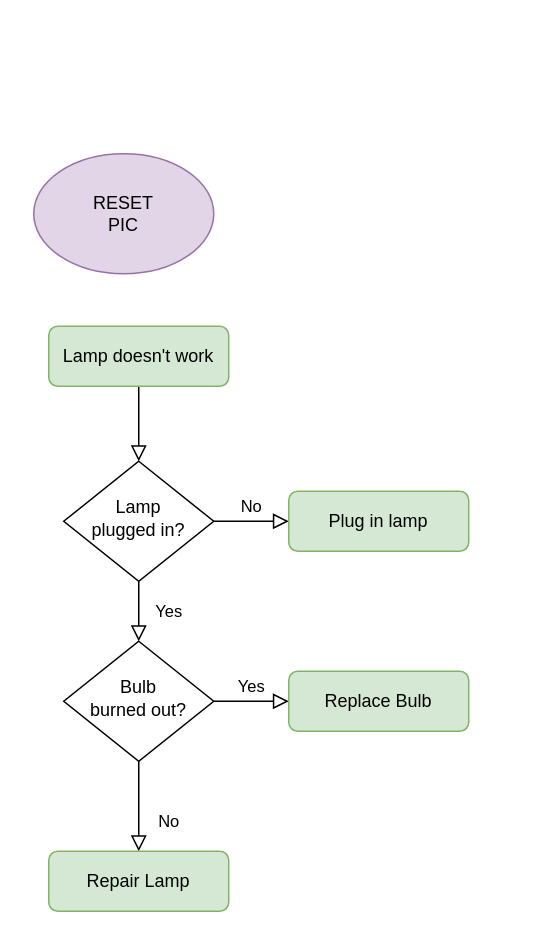
Above: page "START_PIC" (1 of 3) of Diagrams/main_pic_operation.drawio in BIRDSOpenSource/BIRDSRP-OBC (draw.io), before the change. Source tidied: cells renumbered, new cells numbered last; positions are measured from the earlier drawing's top-left corner, leaving out a move shared by most shapes. Both pictures are drawn from the tidied source at 150%, with x=0, y=0 at pixel (33, 153).
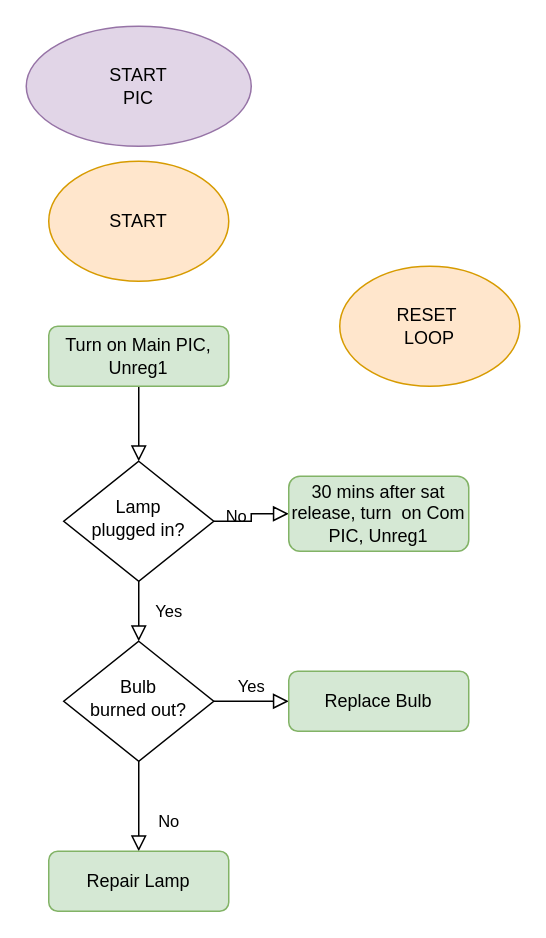
After the change.

What changed in the source:
```diff
@@
 <mxGraphModel>
   <root>
     <mxCell id="0" />
     <mxCell id="1" parent="0" />
     <mxCell id="2" style="rounded=0;html=1;jettySize=auto;fontSize=11;endArrow=block;endFill=0;endSize=8;strokeWidth=1;shadow=0;labelBackgroundColor=none;edgeStyle=orthogonalEdgeStyle;" parent="1" edge="1" source="3" target="6">
       <mxGeometry relative="1" as="geometry" />
     </mxCell>
-    <mxCell id="3" value="Lamp doesn't work" style="rounded=1;whiteSpace=wrap;html=1;fontSize=12;glass=0;strokeWidth=1;shadow=0;fillColor=#d5e8d4;strokeColor=#82b366;" parent="1" vertex="1">
+    <mxCell id="3" value="Turn on Main PIC, Unreg1" style="rounded=1;whiteSpace=wrap;html=1;fontSize=12;glass=0;strokeWidth=1;shadow=0;fillColor=#d5e8d4;strokeColor=#82b366;" parent="1" vertex="1">
       <mxGeometry x="10" y="115" width="120" height="40" as="geometry" />
     </mxCell>
     <mxCell id="4" value="Yes" style="rounded=0;html=1;jettySize=auto;fontSize=11;endArrow=block;endFill=0;endSize=8;strokeWidth=1;shadow=0;labelBackgroundColor=none;edgeStyle=orthogonalEdgeStyle;" parent="1" edge="1" source="6" target="10">
       <mxGeometry y="20" relative="1" as="geometry" />
     </mxCell>
     <mxCell id="5" value="No" style="edgeStyle=orthogonalEdgeStyle;rounded=0;html=1;jettySize=auto;fontSize=11;endArrow=block;endFill=0;endSize=8;strokeWidth=1;shadow=0;labelBackgroundColor=none;" parent="1" edge="1" source="6" target="7">
       <mxGeometry y="10" relative="1" as="geometry" />
     </mxCell>
     <mxCell id="6" value="Lamp&lt;br&gt;plugged in?" style="rhombus;whiteSpace=wrap;html=1;shadow=0;fontFamily=Helvetica;fontSize=12;align=center;strokeWidth=1;spacing=6;spacingTop=-4;" parent="1" vertex="1">
       <mxGeometry x="20" y="205" width="100" height="80" as="geometry" />
     </mxCell>
-    <mxCell id="7" value="Plug in lamp" style="rounded=1;whiteSpace=wrap;html=1;fontSize=12;glass=0;strokeWidth=1;shadow=0;fillColor=#d5e8d4;strokeColor=#82b366;" parent="1" vertex="1">
-      <mxGeometry x="170" y="225" width="120" height="40" as="geometry" />
+    <mxCell id="7" value="30 mins after sat release, turn&amp;nbsp; on Com PIC, Unreg1" style="rounded=1;whiteSpace=wrap;html=1;fontSize=12;glass=0;strokeWidth=1;shadow=0;fillColor=#d5e8d4;strokeColor=#82b366;" parent="1" vertex="1">
+      <mxGeometry x="170" y="215" width="120" height="50" as="geometry" />
     </mxCell>
     <mxCell id="8" value="No" style="rounded=0;html=1;jettySize=auto;fontSize=11;endArrow=block;endFill=0;endSize=8;strokeWidth=1;shadow=0;labelBackgroundColor=none;edgeStyle=orthogonalEdgeStyle;" parent="1" edge="1" source="10" target="11">
       <mxGeometry x="0.33" y="20" relative="1" as="geometry" />
     </mxCell>
     <mxCell id="9" value="Yes" style="edgeStyle=orthogonalEdgeStyle;rounded=0;html=1;jettySize=auto;fontSize=11;endArrow=block;endFill=0;endSize=8;strokeWidth=1;shadow=0;labelBackgroundColor=none;" parent="1" edge="1" source="10" target="12">
       <mxGeometry y="10" relative="1" as="geometry" />
     </mxCell>
     <mxCell id="10" value="Bulb&lt;br&gt;burned out?" style="rhombus;whiteSpace=wrap;html=1;shadow=0;fontFamily=Helvetica;fontSize=12;align=center;strokeWidth=1;spacing=6;spacingTop=-4;" parent="1" vertex="1">
       <mxGeometry x="20" y="325" width="100" height="80" as="geometry" />
     </mxCell>
     <mxCell id="11" value="Repair Lamp" style="rounded=1;whiteSpace=wrap;html=1;fontSize=12;glass=0;strokeWidth=1;shadow=0;fillColor=#d5e8d4;strokeColor=#82b366;" parent="1" vertex="1">
       <mxGeometry x="10" y="465" width="120" height="40" as="geometry" />
     </mxCell>
     <mxCell id="12" value="Replace Bulb" style="rounded=1;whiteSpace=wrap;html=1;fontSize=12;glass=0;strokeWidth=1;shadow=0;fillColor=#d5e8d4;strokeColor=#82b366;" parent="1" vertex="1">
       <mxGeometry x="170" y="345" width="120" height="40" as="geometry" />
     </mxCell>
-    <mxCell id="13" value="RESET&lt;div&gt;PIC&lt;/div&gt;" style="ellipse;whiteSpace=wrap;html=1;fillColor=#e1d5e7;strokeColor=#9673a6;" parent="1" vertex="1">
-      <mxGeometry width="120" height="80" as="geometry" />
+    <mxCell id="13" value="START&lt;div&gt;PIC&lt;/div&gt;" style="ellipse;whiteSpace=wrap;html=1;fillColor=#e1d5e7;strokeColor=#9673a6;" parent="1" vertex="1">
+      <mxGeometry x="-5" y="-85" width="150" height="80" as="geometry" />
     </mxCell>
+    <mxCell id="14" value="START" style="ellipse;whiteSpace=wrap;html=1;fillColor=#ffe6cc;strokeColor=#d79b00;" parent="1" vertex="1">
+      <mxGeometry x="10" y="5" width="120" height="80" as="geometry" />
+    </mxCell>
+    <mxCell id="15" value="RESET&amp;nbsp;&lt;div&gt;LOOP&lt;/div&gt;" style="ellipse;whiteSpace=wrap;html=1;fillColor=#ffe6cc;strokeColor=#d79b00;" parent="1" vertex="1">
+      <mxGeometry x="204" y="75" width="120" height="80" as="geometry" />
+    </mxCell>
   </root>
 </mxGraphModel>
```
